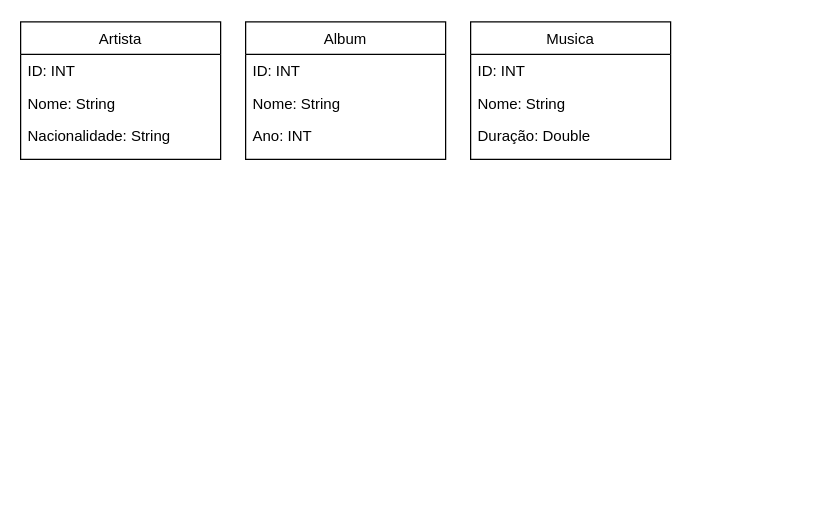
Earlier version of the draw.io diagram Diagrama sem nome.drawio (Isantos95/Isantos). Source tidied: cells renumbered, new cells numbered last; positions are measured from the earlier drawing's top-left corner, leaving out a move shared by most shapes. Both pictures are drawn from the tidied source at 125%, with x=0, y=0 at pixel (20, 21).
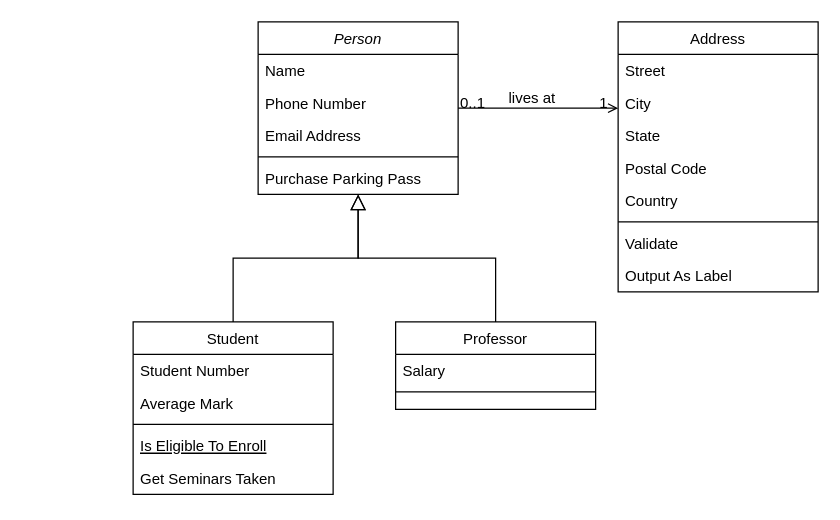
Above is the later version.

Diff of the diagram source:
```diff
@@
-    <mxCell id="2" value="Artista" style="swimlane;fontStyle=0;align=center;verticalAlign=top;horizontal=1;startSize=26;rounded=0;shadow=0;strokeWidth=1;" parent="1" vertex="1">
-      <mxGeometry width="160" height="110" as="geometry" />
+    <mxCell id="2" value="Person" style="swimlane;fontStyle=2;align=center;verticalAlign=top;horizontal=1;startSize=26;rounded=0;shadow=0;strokeWidth=1;" parent="1" vertex="1">
+      <mxGeometry x="190" width="160" height="138" as="geometry" />
     </mxCell>
-    <mxCell id="3" value="ID: INT" style="text;align=left;verticalAlign=top;spacingLeft=4;spacingRight=4;overflow=hidden;" parent="2" vertex="1">
+    <mxCell id="3" value="Name" style="text;align=left;verticalAlign=top;spacingLeft=4;spacingRight=4;overflow=hidden;" parent="2" vertex="1">
       <mxGeometry y="26" width="160" height="26" as="geometry" />
     </mxCell>
-    <mxCell id="4" value="Nome: String" style="text;align=left;verticalAlign=top;spacingLeft=4;spacingRight=4;overflow=hidden;rounded=0;shadow=0;html=0;" parent="2" vertex="1">
+    <mxCell id="4" value="Phone Number" style="text;align=left;verticalAlign=top;spacingLeft=4;spacingRight=4;overflow=hidden;rounded=0;shadow=0;html=0;" parent="2" vertex="1">
       <mxGeometry y="52" width="160" height="26" as="geometry" />
     </mxCell>
-    <mxCell id="5" value="Nacionalidade: String" style="text;align=left;verticalAlign=top;spacingLeft=4;spacingRight=4;overflow=hidden;rounded=0;shadow=0;html=0;" parent="2" vertex="1">
+    <mxCell id="5" value="Email Address" style="text;align=left;verticalAlign=top;spacingLeft=4;spacingRight=4;overflow=hidden;rounded=0;shadow=0;html=0;" parent="2" vertex="1">
       <mxGeometry y="78" width="160" height="26" as="geometry" />
     </mxCell>
+    <mxCell id="14" style="line;html=1;strokeWidth=1;align=left;verticalAlign=middle;spacingTop=-1;spacingLeft=3;spacingRight=3;labelPosition=right;" parent="2" vertex="1">
+      <mxGeometry y="104" width="160" height="8" as="geometry" />
+    </mxCell>
+    <mxCell id="15" value="Purchase Parking Pass" style="text;align=left;verticalAlign=top;spacingLeft=4;spacingRight=4;overflow=hidden;" parent="2" vertex="1">
+      <mxGeometry y="112" width="160" height="26" as="geometry" />
+    </mxCell>
-    <mxCell id="6" value="Album" style="swimlane;fontStyle=0;align=center;verticalAlign=top;horizontal=1;startSize=26;rounded=0;shadow=0;strokeWidth=1;" parent="1" vertex="1">
-      <mxGeometry x="180" width="160" height="110" as="geometry" />
+    <mxCell id="6" value="Student" style="swimlane;fontStyle=0;align=center;verticalAlign=top;horizontal=1;startSize=26;rounded=0;shadow=0;strokeWidth=1;" parent="1" vertex="1">
+      <mxGeometry x="90" y="240" width="160" height="138" as="geometry" />
     </mxCell>
-    <mxCell id="7" value="ID: INT" style="text;align=left;verticalAlign=top;spacingLeft=4;spacingRight=4;overflow=hidden;" parent="6" vertex="1">
+    <mxCell id="7" value="Student Number" style="text;align=left;verticalAlign=top;spacingLeft=4;spacingRight=4;overflow=hidden;" parent="6" vertex="1">
       <mxGeometry y="26" width="160" height="26" as="geometry" />
     </mxCell>
-    <mxCell id="8" value="Nome: String" style="text;align=left;verticalAlign=top;spacingLeft=4;spacingRight=4;overflow=hidden;rounded=0;shadow=0;html=0;" parent="6" vertex="1">
+    <mxCell id="8" value="Average Mark" style="text;align=left;verticalAlign=top;spacingLeft=4;spacingRight=4;overflow=hidden;rounded=0;shadow=0;html=0;" parent="6" vertex="1">
       <mxGeometry y="52" width="160" height="26" as="geometry" />
     </mxCell>
-    <mxCell id="9" value="Ano: INT" style="text;align=left;verticalAlign=top;spacingLeft=4;spacingRight=4;overflow=hidden;rounded=0;shadow=0;html=0;" parent="6" vertex="1">
-      <mxGeometry y="78" width="160" height="26" as="geometry" />
-    </mxCell>
+    <mxCell id="16" style="line;html=1;strokeWidth=1;align=left;verticalAlign=middle;spacingTop=-1;spacingLeft=3;spacingRight=3;labelPosition=right;" parent="6" vertex="1">
+      <mxGeometry y="78" width="160" height="8" as="geometry" />
+    </mxCell>
+    <mxCell id="17" value="Is Eligible To Enroll" style="text;align=left;verticalAlign=top;spacingLeft=4;spacingRight=4;overflow=hidden;fontStyle=4;" parent="6" vertex="1">
+      <mxGeometry y="86" width="160" height="26" as="geometry" />
+    </mxCell>
+    <mxCell id="18" value="Get Seminars Taken" style="text;align=left;verticalAlign=top;spacingLeft=4;spacingRight=4;overflow=hidden;" parent="6" vertex="1">
+      <mxGeometry y="112" width="160" height="26" as="geometry" />
+    </mxCell>
+    <mxCell id="19" style="endArrow=block;endSize=10;endFill=0;shadow=0;strokeWidth=1;rounded=0;edgeStyle=elbowEdgeStyle;elbow=vertical;" parent="1" edge="1" source="6" target="2">
+      <mxGeometry relative="1" as="geometry" />
+    </mxCell>
+    <mxCell id="20" value="Professor" style="swimlane;fontStyle=0;align=center;verticalAlign=top;horizontal=1;startSize=26;rounded=0;shadow=0;strokeWidth=1;" parent="1" vertex="1">
+      <mxGeometry x="300" y="240" width="160" height="70" as="geometry" />
+    </mxCell>
+    <mxCell id="21" value="Salary" style="text;align=left;verticalAlign=top;spacingLeft=4;spacingRight=4;overflow=hidden;" parent="20" vertex="1">
+      <mxGeometry y="26" width="160" height="26" as="geometry" />
+    </mxCell>
+    <mxCell id="22" style="line;html=1;strokeWidth=1;align=left;verticalAlign=middle;spacingTop=-1;spacingLeft=3;spacingRight=3;labelPosition=right;" parent="20" vertex="1">
+      <mxGeometry y="52" width="160" height="8" as="geometry" />
+    </mxCell>
+    <mxCell id="23" style="endArrow=block;endSize=10;endFill=0;shadow=0;strokeWidth=1;rounded=0;edgeStyle=elbowEdgeStyle;elbow=vertical;" parent="1" edge="1" source="20" target="2">
+      <mxGeometry relative="1" as="geometry" />
+    </mxCell>
-    <mxCell id="10" value="Musica" style="swimlane;fontStyle=0;align=center;verticalAlign=top;horizontal=1;startSize=26;rounded=0;shadow=0;strokeWidth=1;" parent="1" vertex="1">
-      <mxGeometry x="360" width="160" height="110" as="geometry" />
+    <mxCell id="10" value="Address" style="swimlane;fontStyle=0;align=center;verticalAlign=top;horizontal=1;startSize=26;rounded=0;shadow=0;strokeWidth=1;" parent="1" vertex="1">
+      <mxGeometry x="478" width="160" height="216" as="geometry" />
     </mxCell>
-    <mxCell id="11" value="ID: INT" style="text;align=left;verticalAlign=top;spacingLeft=4;spacingRight=4;overflow=hidden;" parent="10" vertex="1">
+    <mxCell id="11" value="Street" style="text;align=left;verticalAlign=top;spacingLeft=4;spacingRight=4;overflow=hidden;" parent="10" vertex="1">
       <mxGeometry y="26" width="160" height="26" as="geometry" />
     </mxCell>
-    <mxCell id="12" value="Nome: String" style="text;align=left;verticalAlign=top;spacingLeft=4;spacingRight=4;overflow=hidden;rounded=0;shadow=0;html=0;" parent="10" vertex="1">
+    <mxCell id="12" value="City" style="text;align=left;verticalAlign=top;spacingLeft=4;spacingRight=4;overflow=hidden;rounded=0;shadow=0;html=0;" parent="10" vertex="1">
       <mxGeometry y="52" width="160" height="26" as="geometry" />
     </mxCell>
-    <mxCell id="13" value="Duração: Double" style="text;align=left;verticalAlign=top;spacingLeft=4;spacingRight=4;overflow=hidden;rounded=0;shadow=0;html=0;" parent="10" vertex="1">
+    <mxCell id="13" value="State" style="text;align=left;verticalAlign=top;spacingLeft=4;spacingRight=4;overflow=hidden;rounded=0;shadow=0;html=0;" parent="10" vertex="1">
       <mxGeometry y="78" width="160" height="26" as="geometry" />
     </mxCell>
+    <mxCell id="24" value="Postal Code" style="text;align=left;verticalAlign=top;spacingLeft=4;spacingRight=4;overflow=hidden;rounded=0;shadow=0;html=0;" parent="10" vertex="1">
+      <mxGeometry y="104" width="160" height="26" as="geometry" />
+    </mxCell>
+    <mxCell id="25" value="Country" style="text;align=left;verticalAlign=top;spacingLeft=4;spacingRight=4;overflow=hidden;rounded=0;shadow=0;html=0;" parent="10" vertex="1">
+      <mxGeometry y="130" width="160" height="26" as="geometry" />
+    </mxCell>
+    <mxCell id="26" style="line;html=1;strokeWidth=1;align=left;verticalAlign=middle;spacingTop=-1;spacingLeft=3;spacingRight=3;labelPosition=right;" parent="10" vertex="1">
+      <mxGeometry y="156" width="160" height="8" as="geometry" />
+    </mxCell>
+    <mxCell id="27" value="Validate" style="text;align=left;verticalAlign=top;spacingLeft=4;spacingRight=4;overflow=hidden;" parent="10" vertex="1">
+      <mxGeometry y="164" width="160" height="26" as="geometry" />
+    </mxCell>
+    <mxCell id="28" value="Output As Label" style="text;align=left;verticalAlign=top;spacingLeft=4;spacingRight=4;overflow=hidden;" parent="10" vertex="1">
+      <mxGeometry y="190" width="160" height="26" as="geometry" />
+    </mxCell>
+    <mxCell id="29" style="endArrow=open;shadow=0;strokeWidth=1;rounded=0;endFill=1;edgeStyle=elbowEdgeStyle;elbow=vertical;" parent="1" edge="1" source="2" target="10">
+      <mxGeometry x="0.5" y="41" relative="1" as="geometry">
+        <mxPoint x="-40" y="32" as="offset" />
+      </mxGeometry>
+    </mxCell>
+    <mxCell id="30" value="0..1" style="align=left;verticalAlign=bottom;labelBackgroundColor=none;fontSize=12;" parent="29" vertex="1">
+      <mxGeometry x="-1" relative="1" as="geometry">
+        <mxPoint y="4" as="offset" />
+      </mxGeometry>
+    </mxCell>
+    <mxCell id="31" value="1" style="align=right;verticalAlign=bottom;labelBackgroundColor=none;fontSize=12;" parent="29" vertex="1">
+      <mxGeometry x="1" relative="1" as="geometry">
+        <mxPoint x="-7" y="4" as="offset" />
+      </mxGeometry>
+    </mxCell>
+    <mxCell id="32" value="lives at" style="text;html=1;align=center;verticalAlign=middle;labelBackgroundColor=none;rounded=0;shadow=0;strokeWidth=1;fontSize=12;" parent="29" vertex="1">
+      <mxGeometry x="0.5" y="49" relative="1" as="geometry">
+        <mxPoint x="-38" y="40" as="offset" />
+      </mxGeometry>
+    </mxCell>
```
